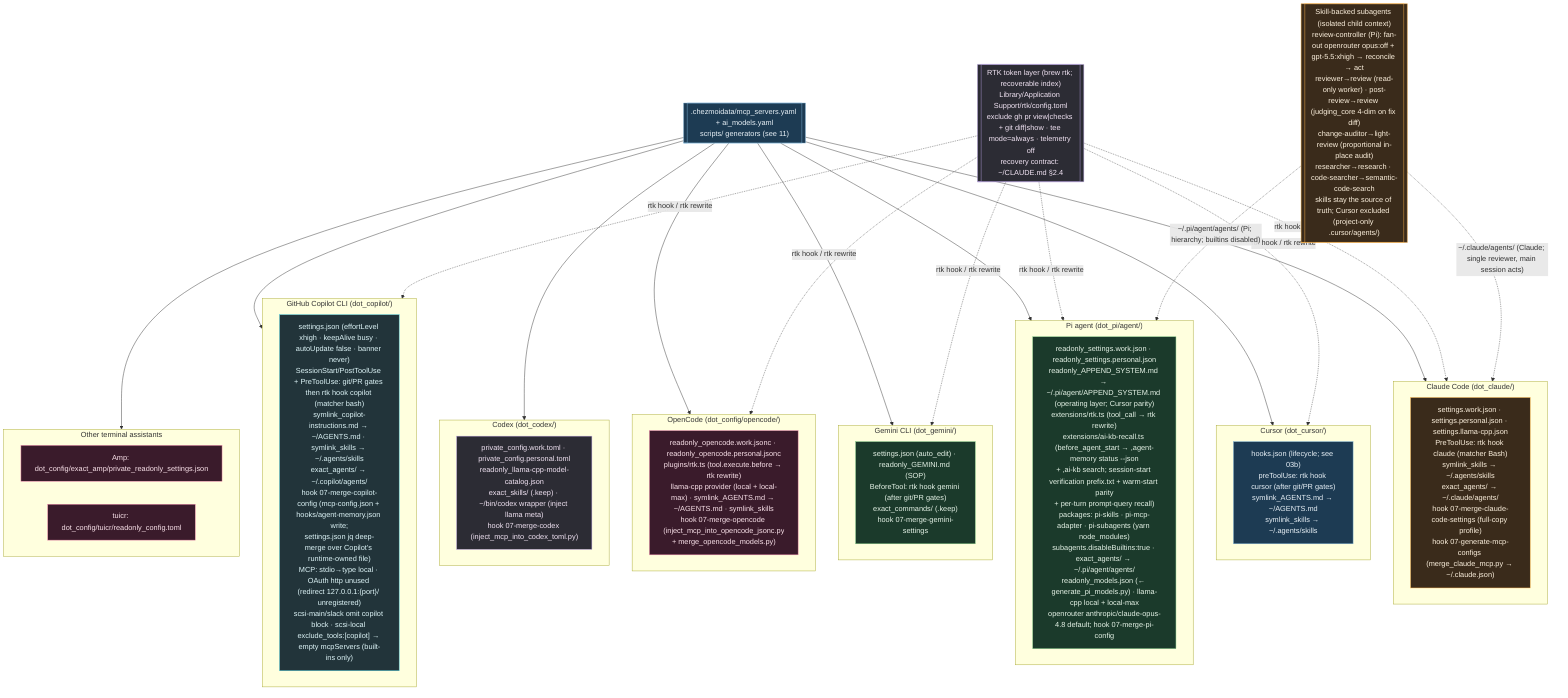
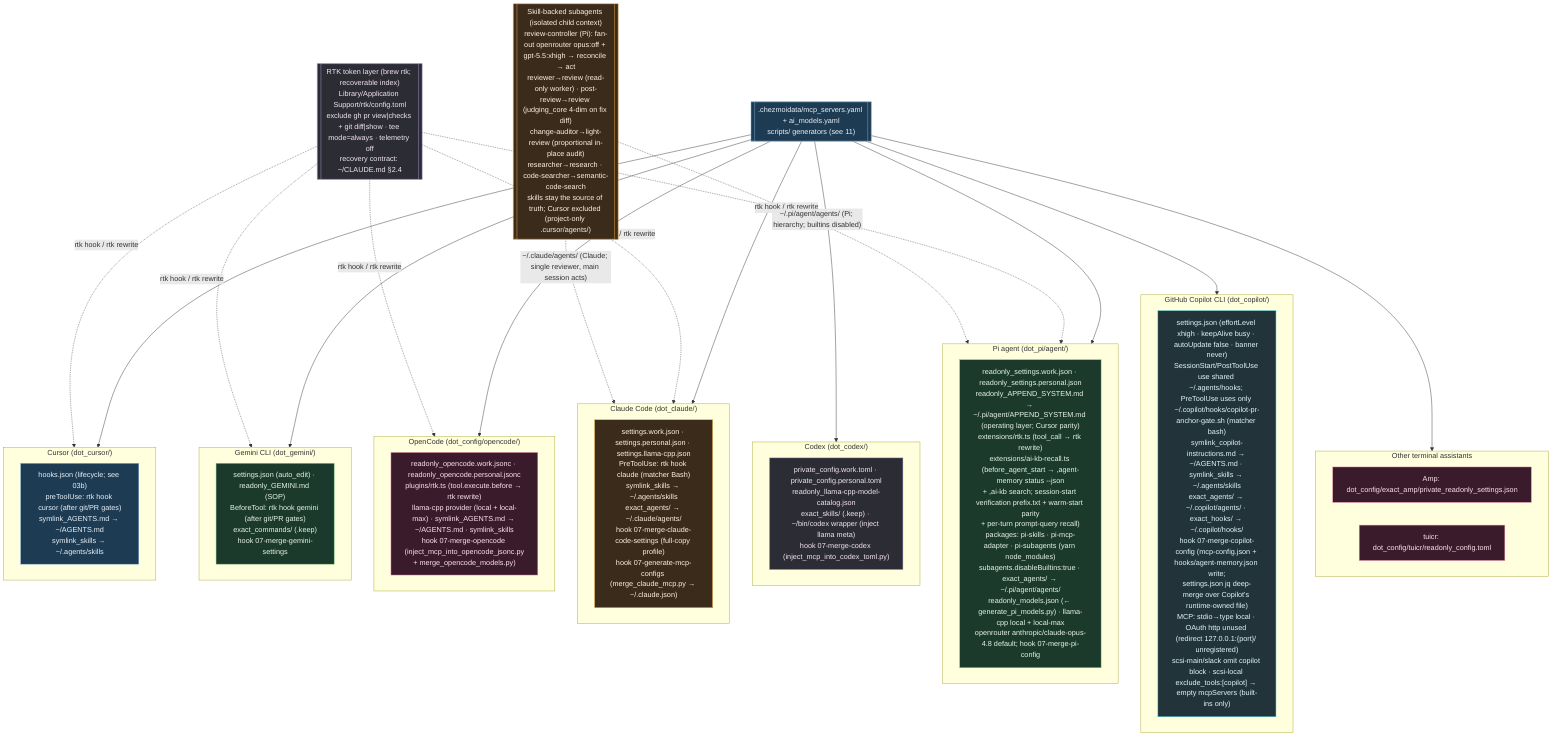
%% ============================================================================
%% 12-ai-tool-configs.mmd — Every per-tool AI config file in home/.
%% Pattern: source carries .work + .personal variants; a 07-merge-* hook picks
%% by isWork and merges generated MCP/model blocks into the live config.
%% ============================================================================
flowchart TB
    classDef cursor fill:#1d3b53,stroke:#7fb3d5,color:#eaf2f8;
    classDef claude fill:#3a2b1b,stroke:#ffb74d,color:#fff3e0;
    classDef codex fill:#2c2c34,stroke:#b39ddb,color:#f3e5f5;
    classDef gem fill:#1b3a2b,stroke:#81c784,color:#e8f5e9;
    classDef oc fill:#3a1b2b,stroke:#f48fb1,color:#fce4ec;
    classDef cop fill:#22343a,stroke:#4dd0e1,color:#e0f7fa;

    subgraph CURSOR["Cursor (dot_cursor/)"]
        CU["hooks.json (lifecycle; see 03b)<br/>preToolUse: rtk hook cursor (after git/PR gates)<br/>symlink_AGENTS.md → ~/AGENTS.md<br/>symlink_skills → ~/.agents/skills"]:::cursor
    end

    subgraph CLAUDE["Claude Code (dot_claude/)"]
        CLD["settings.work.json · settings.personal.json · settings.llama-cpp.json<br/>PreToolUse: rtk hook claude (matcher Bash)<br/>symlink_skills → ~/.agents/skills<br/>exact_agents/ → ~/.claude/agents/<br/>hook 07-merge-claude-code-settings (full-copy profile)<br/>hook 07-generate-mcp-configs (merge_claude_mcp.py → ~/.claude.json)"]:::claude
    end

    subgraph CODEX["Codex (dot_codex/)"]
        CDX["private_config.work.toml · private_config.personal.toml<br/>readonly_llama-cpp-model-catalog.json<br/>exact_skills/ (.keep) · ~/bin/codex wrapper (inject llama meta)<br/>hook 07-merge-codex (inject_mcp_into_codex_toml.py)"]:::codex
    end

    subgraph GEMINI["Gemini CLI (dot_gemini/)"]
        GMN["settings.json (auto_edit) · readonly_GEMINI.md (SOP)<br/>BeforeTool: rtk hook gemini (after git/PR gates)<br/>exact_commands/ (.keep)<br/>hook 07-merge-gemini-settings"]:::gem
    end

    subgraph OPENCODE["OpenCode (dot_config/opencode/)"]
        OPC["readonly_opencode.work.jsonc · readonly_opencode.personal.jsonc<br/>plugins/rtk.ts (tool.execute.before → rtk rewrite)<br/>llama-cpp provider (local + local-max) · symlink_AGENTS.md → ~/AGENTS.md · symlink_skills<br/>hook 07-merge-opencode (inject_mcp_into_opencode_jsonc.py<br/>+ merge_opencode_models.py)"]:::oc
    end

    subgraph PI["Pi agent (dot_pi/agent/)"]
        PIA["readonly_settings.work.json · readonly_settings.personal.json<br/>readonly_APPEND_SYSTEM.md → ~/.pi/agent/APPEND_SYSTEM.md (operating layer; Cursor parity)<br/>extensions/rtk.ts (tool_call → rtk rewrite)<br/>extensions/ai-kb-recall.ts (before_agent_start → ,agent-memory status --json<br/>+ ,ai-kb search; session-start verification prefix.txt + warm-start parity<br/>+ per-turn prompt-query recall)<br/>packages: pi-skills · pi-mcp-adapter · pi-subagents (yarn node_modules)<br/>subagents.disableBuiltins:true · exact_agents/ → ~/.pi/agent/agents/<br/>readonly_models.json (← generate_pi_models.py) · llama-cpp local + local-max<br/>openrouter anthropic/claude-opus-4.8 default; hook 07-merge-pi-config"]:::gem
    end

    subgraph COPILOT["GitHub Copilot CLI (dot_copilot/)"]
-         COP["settings.json (effortLevel xhigh · keepAlive busy · autoUpdate false · banner never)<br/>SessionStart/PostToolUse + PreToolUse: git/PR gates then rtk hook copilot (matcher bash)<br/>symlink_copilot-instructions.md → ~/AGENTS.md · symlink_skills → ~/.agents/skills<br/>exact_agents/ → ~/.copilot/agents/<br/>hook 07-merge-copilot-config (mcp-config.json + hooks/agent-memory.json write;<br/>settings.json jq deep-merge over Copilot's runtime-owned file)<br/>MCP: stdio→type local · OAuth http unused (redirect 127.0.0.1:{port}/ unregistered)<br/>scsi-main/slack omit copilot block · scsi-local exclude_tools:[copilot] → empty mcpServers (built-ins only)"]:::cop
+         COP["settings.json (effortLevel xhigh · keepAlive busy · autoUpdate false · banner never)<br/>SessionStart/PostToolUse use shared ~/.agents/hooks; PreToolUse uses only ~/.copilot/hooks/copilot-pr-anchor-gate.sh (matcher bash)<br/>symlink_copilot-instructions.md → ~/AGENTS.md · symlink_skills → ~/.agents/skills<br/>exact_agents/ → ~/.copilot/agents/ · exact_hooks/ → ~/.copilot/hooks/<br/>hook 07-merge-copilot-config (mcp-config.json + hooks/agent-memory.json write;<br/>settings.json jq deep-merge over Copilot's runtime-owned file)<br/>MCP: stdio→type local · OAuth http unused (redirect 127.0.0.1:{port}/ unregistered)<br/>scsi-main/slack omit copilot block · scsi-local exclude_tools:[copilot] → empty mcpServers (built-ins only)"]:::cop
    end

    subgraph OTHER["Other terminal assistants"]
        AMP["Amp: dot_config/exact_amp/private_readonly_settings.json"]:::oc
        TUI["tuicr: dot_config/tuicr/readonly_config.toml"]:::oc
    end

    REG[[".chezmoidata/mcp_servers.yaml + ai_models.yaml<br/>scripts/ generators (see 11)"]]:::cursor
    REG --> CURSOR & CLAUDE & CODEX & GEMINI & OPENCODE & PI & COPILOT & OTHER

    RTK[["RTK token layer (brew rtk; recoverable index)<br/>Library/Application Support/rtk/config.toml<br/>exclude gh pr view|checks + git diff|show · tee mode=always · telemetry off<br/>recovery contract: ~/CLAUDE.md §2.4"]]:::codex
-     RTK -.->|"rtk hook / rtk rewrite"| CURSOR & CLAUDE & GEMINI & OPENCODE & PI & COPILOT
+     RTK -.->|"rtk hook / rtk rewrite"| CURSOR & CLAUDE & GEMINI & OPENCODE & PI

    SUBA[["Skill-backed subagents (isolated child context)<br/>review-controller (Pi): fan-out openrouter opus:off + gpt-5.5:xhigh → reconcile → act<br/>reviewer→review (read-only worker) · post-review→review (judging_core 4-dim on fix diff)<br/>change-auditor→light-review (proportional in-place audit)<br/>researcher→research · code-searcher→semantic-code-search<br/>skills stay the source of truth; Cursor excluded (project-only .cursor/agents/)"]]:::claude
    SUBA -.->|"~/.claude/agents/ (Claude; single reviewer, main session acts)"| CLAUDE
    SUBA -.->|"~/.pi/agent/agents/ (Pi; hierarchy; builtins disabled)"| PI
